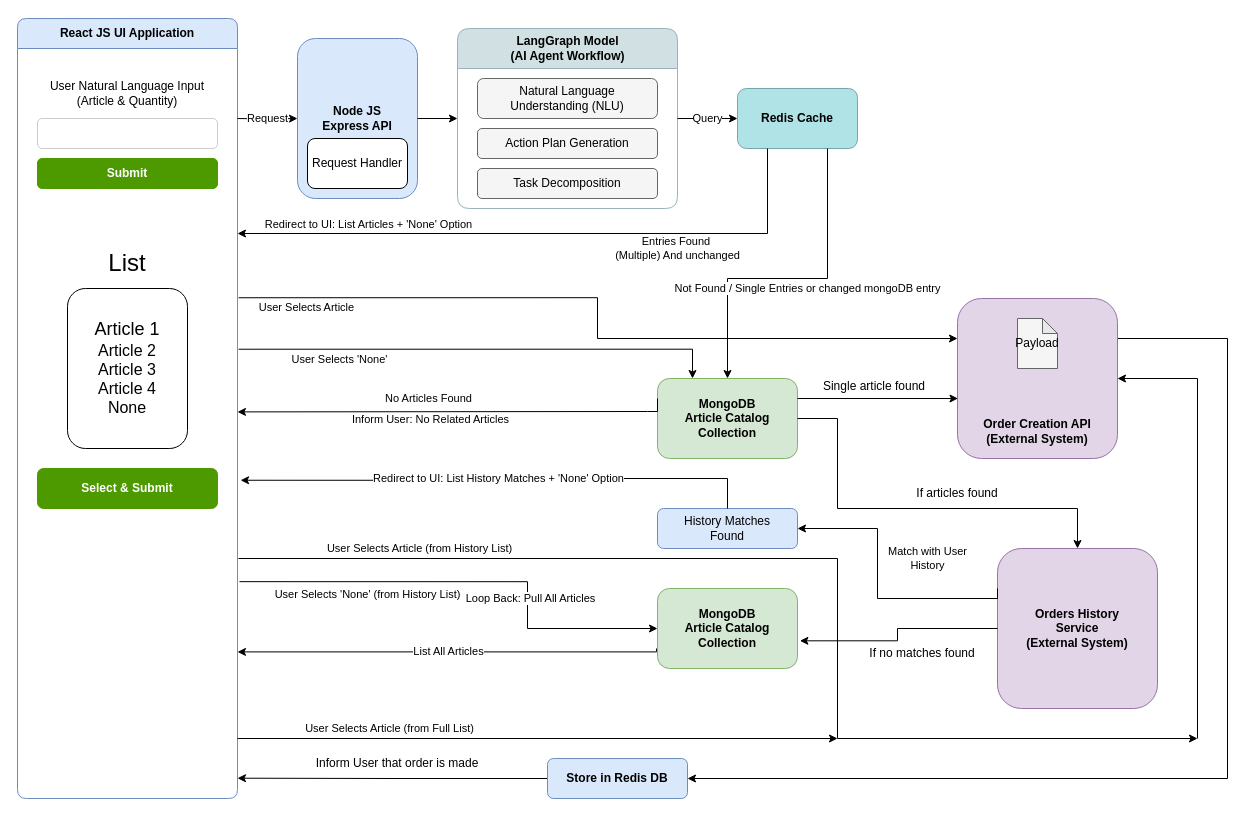
Before: LangraphPOC.drawio in Uday003/ejtos-react_budget_app, a draw.io diagram. Source tidied: cells renumbered, new cells numbered last; positions are measured from the earlier drawing's top-left corner, leaving out a move shared by most shapes. Both pictures are drawn from the tidied source at 100%, with x=0, y=0 at pixel (17, 18).
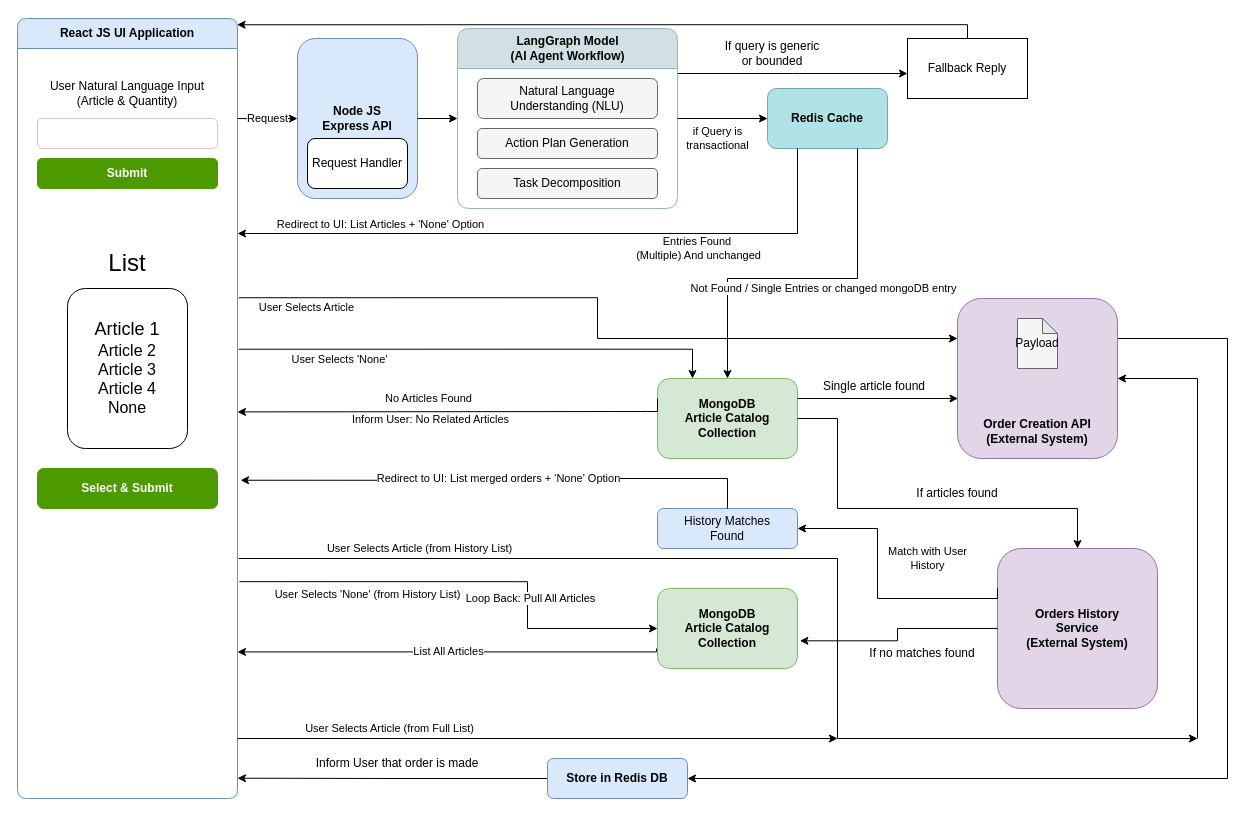
Above is the later version.

The change refers to these unchanged cells:
```xml
<mxCell id="2" value="React JS UI Application" style="swimlane;html=1;startSize=30;horizontal=1;containerType=tree;fillColor=#dae8fc;strokeColor=#6c8ebf;whiteSpace=wrap;rounded=1;arcSize=10;" parent="1" vertex="1">
  <mxGeometry width="220" height="780" as="geometry" />
</mxCell>
<mxCell id="10" value="LangGraph Model&#10;(AI Agent Workflow)" style="swimlane;html=1;startSize=40;horizontal=1;fillColor=#d0e0e3;strokeColor=#99b3b9;rounded=1;arcSize=10;" parent="1" vertex="1">
  <mxGeometry x="440" y="10" width="220" height="180" as="geometry" />
</mxCell>
<mxCell id="15" value="MongoDB&#10;Article Catalog&#10;Collection" style="rounded=1;whiteSpace=wrap;html=1;fillColor=#d5e8d4;strokeColor=#82b366;fontStyle=1;" parent="1" vertex="1">
  <mxGeometry x="640" y="360" width="140" height="80" as="geometry" />
</mxCell>
<mxCell id="21" value="History Matches&#10;Found" style="rounded=1;whiteSpace=wrap;html=1;fillColor=#dae8fc;strokeColor=#6c8ebf;fontStyle=0;" parent="1" vertex="1">
  <mxGeometry x="640" y="490" width="140" height="40" as="geometry" />
</mxCell>
```

Diff of the diagram source:
```diff
@@
+    <mxCell id="50" style="edgeStyle=orthogonalEdgeStyle;rounded=0;jettySize=auto;html=1;exitX=1;exitY=0.25;exitDx=0;exitDy=0;" parent="1" edge="1" source="10">
+      <mxGeometry relative="1" as="geometry">
+        <mxPoint x="890" y="55" as="targetPoint" />
+      </mxGeometry>
+    </mxCell>
@@
     <mxCell id="14" value="Redis Cache" style="rounded=1;whiteSpace=wrap;html=1;fillColor=#b0e3e6;strokeColor=#76a5af;fontStyle=1;" parent="1" vertex="1">
-      <mxGeometry x="720" y="70" width="120" height="60" as="geometry" />
+      <mxGeometry x="750" y="70" width="120" height="60" as="geometry" />
     </mxCell>
@@
-    <mxCell id="27" value="Query" style="edgeStyle=orthogonalEdgeStyle;rounded=0;jettySize=auto;html=1;exitX=1;exitY=0.5;exitDx=0;exitDy=0;entryX=0;entryY=0.5;entryDx=0;entryDy=0;" parent="1" edge="1" source="10" target="14">
-      <mxGeometry relative="1" as="geometry" />
+    <mxCell id="27" value="if Query is&lt;div&gt;transactional&lt;/div&gt;" style="edgeStyle=orthogonalEdgeStyle;rounded=0;jettySize=auto;html=1;exitX=1;exitY=0.5;exitDx=0;exitDy=0;entryX=0;entryY=0.5;entryDx=0;entryDy=0;" parent="1" edge="1" source="10" target="14">
+      <mxGeometry x="-0.11" y="-20" relative="1" as="geometry" />
     </mxCell>
     <mxCell id="28" value="Entries Found&amp;nbsp;&lt;br&gt;(Multiple) And unchanged" style="edgeStyle=orthogonalEdgeStyle;rounded=0;jettySize=auto;html=1;exitX=0.25;exitY=1;exitDx=0;exitDy=0;entryX=1;entryY=0.25;entryDx=0;entryDy=0;" parent="1" edge="1" source="14">
       <mxGeometry x="-0.43" y="15" relative="1" as="geometry">
         <mxPoint x="220" y="215" as="targetPoint" />
         <Array as="points">
-          <mxPoint x="750" y="215" />
+          <mxPoint x="780" y="215" />
         </Array>
       </mxGeometry>
     </mxCell>
@@
     <mxCell id="30" value="Not Found / Single Entries or changed mongoDB entry" style="edgeStyle=orthogonalEdgeStyle;rounded=0;jettySize=auto;html=1;exitX=0.75;exitY=1;exitDx=0;exitDy=0;entryX=0.5;entryY=0;entryDx=0;entryDy=0;" parent="1" edge="1" source="14" target="15">
       <mxGeometry x="-0.09" y="10" relative="1" as="geometry">
         <Array as="points">
-          <mxPoint x="810" y="260" />
+          <mxPoint x="840" y="260" />
           <mxPoint x="710" y="260" />
         </Array>
       </mxGeometry>
     </mxCell>
@@
-    <mxCell id="36" value="Redirect to UI: List History Matches + 'None' Option" style="edgeStyle=orthogonalEdgeStyle;rounded=0;jettySize=auto;html=1;exitX=0.5;exitY=0;exitDx=0;exitDy=0;entryX=1.014;entryY=0.592;entryDx=0;entryDy=0;entryPerimeter=0;" parent="1" edge="1" source="21" target="2">
+    <mxCell id="36" value="Redirect to UI: List merged orders + 'None' Option" style="edgeStyle=orthogonalEdgeStyle;rounded=0;jettySize=auto;html=1;exitX=0.5;exitY=0;exitDx=0;exitDy=0;entryX=1.014;entryY=0.592;entryDx=0;entryDy=0;entryPerimeter=0;" parent="1" edge="1" source="21" target="2">
       <mxGeometry relative="1" as="geometry">
         <Array as="points">
           <mxPoint x="710" y="460" />
           <mxPoint x="480" y="460" />
           <mxPoint x="480" y="462" />
         </Array>
       </mxGeometry>
     </mxCell>
@@
+    <mxCell id="51" value="If query is generic or bounded" style="text;html=1;whiteSpace=wrap;strokeColor=none;fillColor=none;align=center;verticalAlign=middle;rounded=0;" parent="1" vertex="1">
+      <mxGeometry x="700" y="20" width="110" height="30" as="geometry" />
+    </mxCell>
+    <mxCell id="52" value="Fallback Reply" style="rounded=0;whiteSpace=wrap;html=1;" parent="1" vertex="1">
+      <mxGeometry x="890" y="20" width="120" height="60" as="geometry" />
+    </mxCell>
+    <mxCell id="53" style="edgeStyle=orthogonalEdgeStyle;rounded=0;jettySize=auto;html=1;entryX=0.998;entryY=0.008;entryDx=0;entryDy=0;entryPerimeter=0;" parent="1" edge="1" source="52" target="2">
+      <mxGeometry relative="1" as="geometry">
+        <Array as="points">
+          <mxPoint x="950" y="6" />
+        </Array>
+      </mxGeometry>
+    </mxCell>
```
